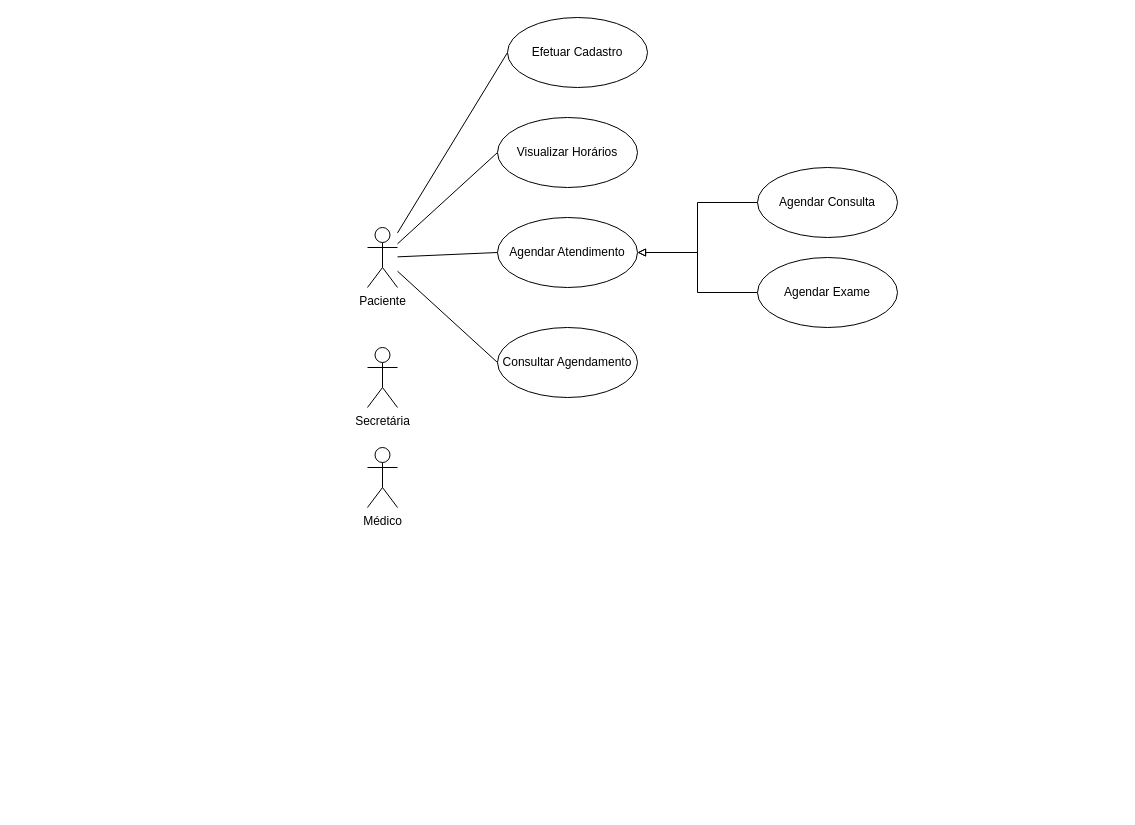
This is IES300/atividades/atividade_casosDeUso/atv_casoDeUso_aula09.drawio from leonardosetti/FATECTq, a draw.io file, before an edit. Source tidied: cells renumbered, new cells numbered last; positions are measured from the earlier drawing's top-left corner, leaving out a move shared by most shapes. Both pictures are drawn from the tidied source at 100%, with x=0, y=0 at pixel (367, 17).
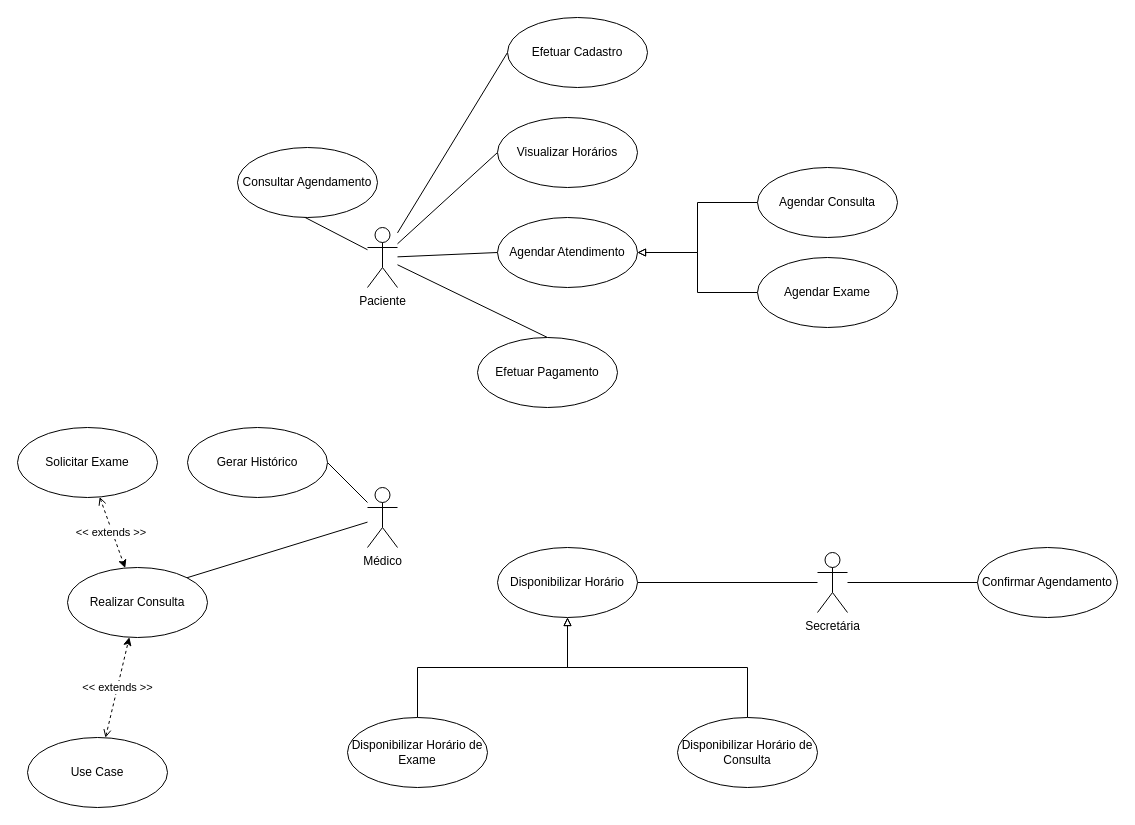
The same page after the edit.

Unchanged cells that the change refers to:
```xml
<mxCell id="6" value="Paciente" style="shape=umlActor;verticalLabelPosition=bottom;verticalAlign=top;html=1;" parent="1" vertex="1">
  <mxGeometry y="210" width="30" height="60" as="geometry" />
</mxCell>
```

Diff of the diagram source:
```diff
@@
+    <mxCell id="17" style="rounded=0;jettySize=auto;html=1;entryX=0.5;entryY=0;entryDx=0;entryDy=0;endArrow=none;endFill=0;" parent="1" edge="1" source="6" target="28">
+      <mxGeometry relative="1" as="geometry" />
+    </mxCell>
@@
+    <mxCell id="18" style="rounded=0;jettySize=auto;html=1;entryX=1;entryY=0;entryDx=0;entryDy=0;endArrow=none;endFill=0;" parent="1" edge="1" source="7" target="31">
+      <mxGeometry relative="1" as="geometry" />
+    </mxCell>
+    <mxCell id="19" style="rounded=0;jettySize=auto;html=1;entryX=1;entryY=0.5;entryDx=0;entryDy=0;endArrow=none;endFill=0;" parent="1" edge="1" source="7" target="34">
+      <mxGeometry relative="1" as="geometry" />
+    </mxCell>
     <mxCell id="7" value="Médico" style="shape=umlActor;verticalLabelPosition=bottom;verticalAlign=top;html=1;" parent="1" vertex="1">
-      <mxGeometry y="430" width="30" height="60" as="geometry" />
+      <mxGeometry y="470" width="30" height="60" as="geometry" />
     </mxCell>
+    <mxCell id="20" style="rounded=0;jettySize=auto;html=1;entryX=1;entryY=0.5;entryDx=0;entryDy=0;endArrow=none;endFill=0;" parent="1" edge="1" source="8" target="23">
+      <mxGeometry relative="1" as="geometry" />
+    </mxCell>
+    <mxCell id="21" style="rounded=0;jettySize=auto;html=1;entryX=0;entryY=0.5;entryDx=0;entryDy=0;endArrow=none;endFill=0;" parent="1" edge="1" source="8" target="22">
+      <mxGeometry relative="1" as="geometry" />
+    </mxCell>
     <mxCell id="8" value="Secretária" style="shape=umlActor;verticalLabelPosition=bottom;verticalAlign=top;html=1;" parent="1" vertex="1">
-      <mxGeometry y="330" width="30" height="60" as="geometry" />
+      <mxGeometry x="450" y="535" width="30" height="60" as="geometry" />
     </mxCell>
@@
     <mxCell id="10" value="Consultar Agendamento" style="ellipse;whiteSpace=wrap;html=1;" parent="1" vertex="1">
-      <mxGeometry x="130" y="310" width="140" height="70" as="geometry" />
+      <mxGeometry x="-130" y="130" width="140" height="70" as="geometry" />
     </mxCell>
@@
+    <mxCell id="22" value="Confirmar Agendamento" style="ellipse;whiteSpace=wrap;html=1;" parent="1" vertex="1">
+      <mxGeometry x="610" y="530" width="140" height="70" as="geometry" />
+    </mxCell>
+    <mxCell id="23" value="Disponibilizar Horário" style="ellipse;whiteSpace=wrap;html=1;" parent="1" vertex="1">
+      <mxGeometry x="130" y="530" width="140" height="70" as="geometry" />
+    </mxCell>
+    <mxCell id="24" style="edgeStyle=orthogonalEdgeStyle;rounded=0;jettySize=auto;html=1;entryX=0.5;entryY=1;entryDx=0;entryDy=0;endArrow=block;endFill=0;exitX=0.5;exitY=0;exitDx=0;exitDy=0;" parent="1" edge="1" source="25" target="23">
+      <mxGeometry relative="1" as="geometry" />
+    </mxCell>
+    <mxCell id="25" value="Disponibilizar Horário de Exame" style="ellipse;whiteSpace=wrap;html=1;" parent="1" vertex="1">
+      <mxGeometry x="-20" y="700" width="140" height="70" as="geometry" />
+    </mxCell>
+    <mxCell id="26" style="edgeStyle=orthogonalEdgeStyle;rounded=0;jettySize=auto;html=1;entryX=0.5;entryY=1;entryDx=0;entryDy=0;endArrow=block;endFill=0;exitX=0.5;exitY=0;exitDx=0;exitDy=0;" parent="1" edge="1" source="27" target="23">
+      <mxGeometry relative="1" as="geometry" />
+    </mxCell>
+    <mxCell id="27" value="Disponibilizar Horário de Consulta" style="ellipse;whiteSpace=wrap;html=1;" parent="1" vertex="1">
+      <mxGeometry x="310" y="700" width="140" height="70" as="geometry" />
+    </mxCell>
+    <mxCell id="28" value="Efetuar Pagamento" style="ellipse;whiteSpace=wrap;html=1;" parent="1" vertex="1">
+      <mxGeometry x="110" y="320" width="140" height="70" as="geometry" />
+    </mxCell>
+    <mxCell id="29" value="&amp;lt;&amp;lt; extends &amp;gt;&amp;gt;&amp;nbsp;" style="rounded=0;jettySize=auto;html=1;dashed=1;startArrow=open;startFill=0;" parent="1" edge="1" source="30" target="31">
+      <mxGeometry relative="1" as="geometry" />
+    </mxCell>
+    <mxCell id="30" value="Solicitar Exame" style="ellipse;whiteSpace=wrap;html=1;" parent="1" vertex="1">
+      <mxGeometry x="-350" y="410" width="140" height="70" as="geometry" />
+    </mxCell>
+    <mxCell id="31" value="Realizar Consulta" style="ellipse;whiteSpace=wrap;html=1;" parent="1" vertex="1">
+      <mxGeometry x="-300" y="550" width="140" height="70" as="geometry" />
+    </mxCell>
+    <mxCell id="32" value="&amp;lt;&amp;lt; extends &amp;gt;&amp;gt;" style="rounded=0;jettySize=auto;html=1;dashed=1;startArrow=open;startFill=0;" parent="1" edge="1" source="33" target="31">
+      <mxGeometry relative="1" as="geometry" />
+    </mxCell>
+    <mxCell id="33" value="Use Case" style="ellipse;whiteSpace=wrap;html=1;" parent="1" vertex="1">
+      <mxGeometry x="-340" y="720" width="140" height="70" as="geometry" />
+    </mxCell>
+    <mxCell id="34" value="Gerar Histórico" style="ellipse;whiteSpace=wrap;html=1;" parent="1" vertex="1">
+      <mxGeometry x="-180" y="410" width="140" height="70" as="geometry" />
+    </mxCell>
```
